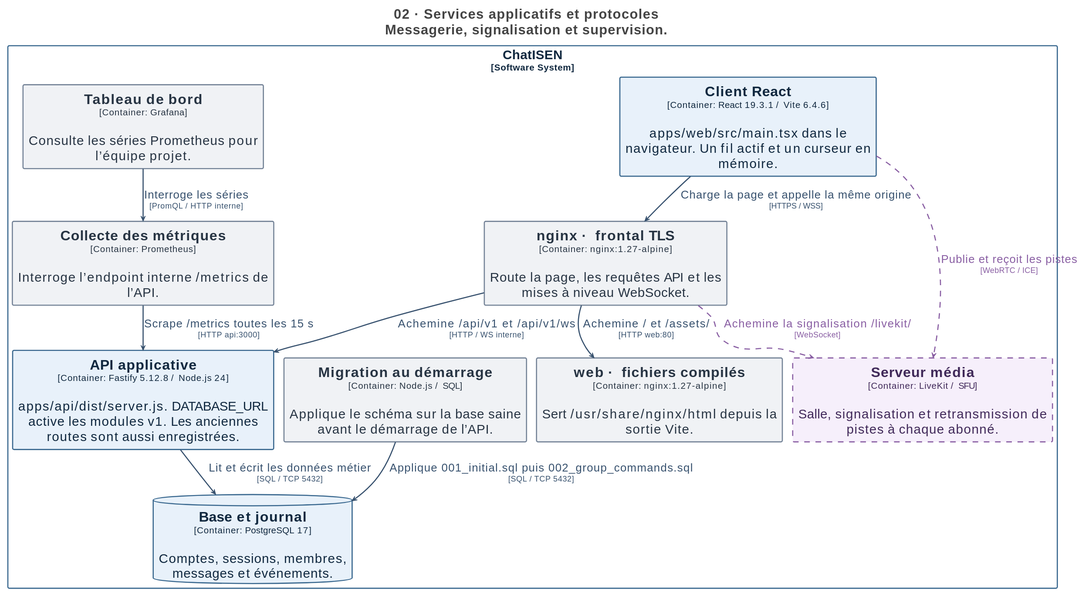
Above: docs/architecture/svg/02-conteneurs.svg in Zayonx-0/ChatISEN (PlantUML), before the change.
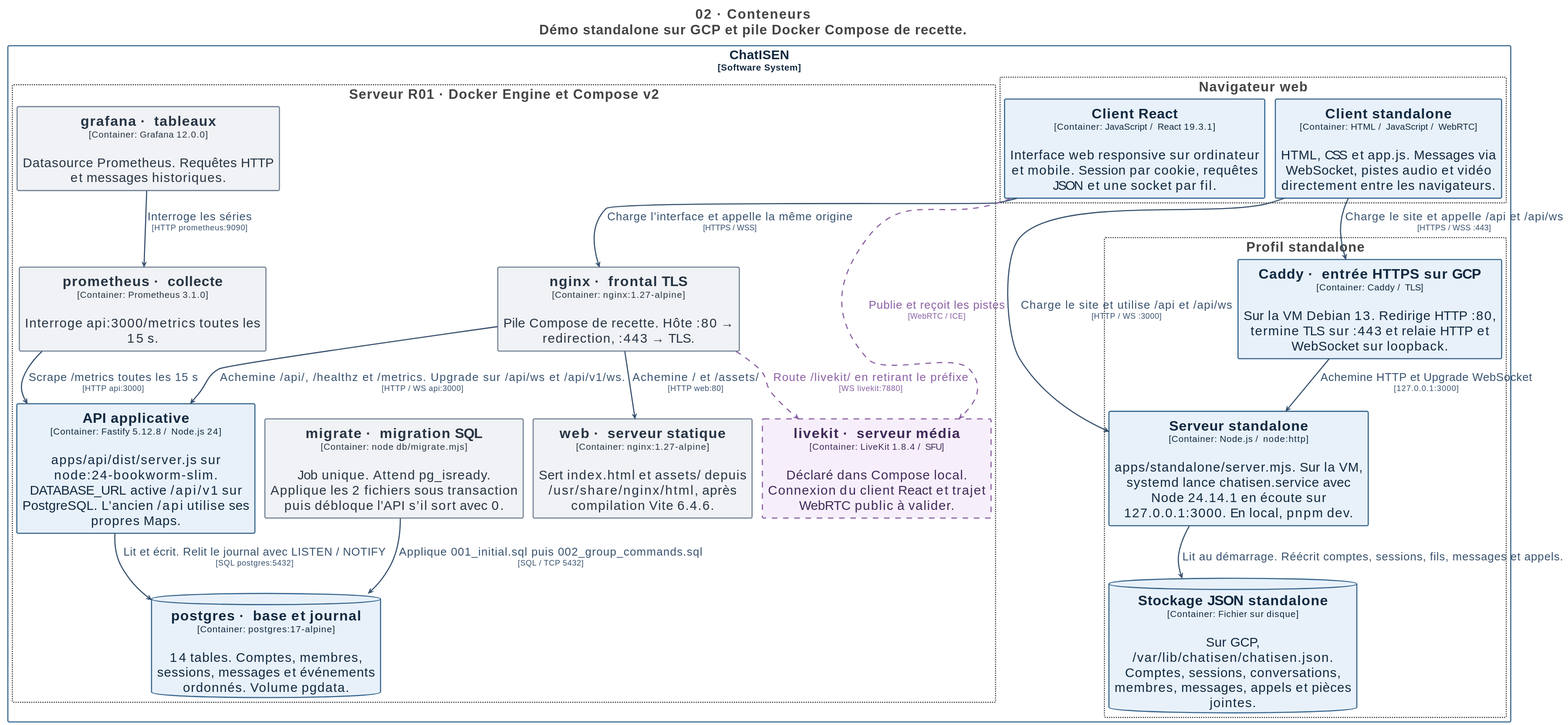
After the commit.

Change to the diagram source:
```diff
@@ -1,7 +1,7 @@
 @startuml
 !pragma layout smetana
 skinparam backgroundColor white
-title <size:24>02 · Services applicatifs et protocoles</size>\n<size:24>Messagerie, signalisation et supervision.</size>
+title <size:24>02 · Conteneurs</size>\n<size:24>Démo standalone sur GCP et pile Docker Compose de recette.</size>
 
 set separator none
 top to bottom direction
@@ -89,27 +89,77 @@
     HorizontalAlignment: center;
     Shadowing: 0;
   }
+  // Navigateur web
+  .Group-TmF2aWdhdGV1ciB3ZWI= {
+    BackgroundColor: #ffffff;
+    LineColor: #444444;
+    LineStyle: 2-2;
+    LineThickness: 2;
+    FontColor: #444444;
+    FontSize: 24;
+    HorizontalAlignment: center;
+    Shadowing: 0;
+  }
+  // Profil standalone
+  .Group-UHJvZmlsIHN0YW5kYWxvbmU= {
+    BackgroundColor: #ffffff;
+    LineColor: #444444;
+    LineStyle: 2-2;
+    LineThickness: 2;
+    FontColor: #444444;
+    FontSize: 24;
+    HorizontalAlignment: center;
+    Shadowing: 0;
+  }
+  // Serveur R01 · Docker Engine et Compose v2
+  .Group-U2VydmV1ciBSMDEgwrcgRG9ja2VyIEVuZ2luZSBldCBDb21wb3NlIHYy {
+    BackgroundColor: #ffffff;
+    LineColor: #444444;
+    LineStyle: 2-2;
+    LineThickness: 2;
+    FontColor: #444444;
+    FontSize: 24;
+    HorizontalAlignment: center;
+    Shadowing: 0;
+  }
 </style>
 
 rectangle "ChatISEN\n<size:16>[Software System]</size>" <<Boundary-Q2hhdElTRU4=>> {
-  rectangle "==Client React\n<size:16>[Container: React 19.3.1 / Vite 6.4.6]</size>\n\napps/web/src/main.tsx dans le navigateur. Un fil actif et un curseur en mémoire." <<Element-RWxlbWVudA==>> as ChatISEN.ClientReact
-  rectangle "==API applicative\n<size:16>[Container: Fastify 5.12.8 / Node.js 24]</size>\n\napps/api/dist/server.js. DATABASE_URL active les modules v1. Les anciennes routes sont aussi enregistrées." <<Element-RWxlbWVudA==>> as ChatISEN.APIapplicative
-  database "==Base et journal\n<size:16>[Container: PostgreSQL 17]</size>\n\nComptes, sessions, membres, messages et événements." <<Element-RWxlbWVudCxEYXRhYmFzZQ==>> as ChatISEN.Baseetjournal
-  rectangle "==Migration au démarrage\n<size:16>[Container: Node.js / SQL]</size>\n\nApplique le schéma sur la base saine avant le démarrage de l’API." <<Element-RWxlbWVudCxDb25maWd1cmF0aW9u>> as ChatISEN.Migrationaudémarrage
-  rectangle "==Serveur média\n<size:16>[Container: LiveKit / SFU]</size>\n\nSalle, signalisation et retransmission de pistes à chaque abonné." <<Element-RWxlbWVudCxDaWJsZQ==>> as ChatISEN.Serveurmédia
-  rectangle "==Collecte des métriques\n<size:16>[Container: Prometheus]</size>\n\nInterroge l’endpoint interne /metrics de l’API." <<Element-RWxlbWVudCxDb25maWd1cmF0aW9u>> as ChatISEN.Collectedesmétriques
-  rectangle "==Tableau de bord\n<size:16>[Container: Grafana]</size>\n\nConsulte les séries Prometheus pour l’équipe projet." <<Element-RWxlbWVudCxDb25maWd1cmF0aW9u>> as ChatISEN.Tableaudebord
-  rectangle "==nginx · frontal TLS\n<size:16>[Container: nginx:1.27-alpine]</size>\n\nRoute la page, les requêtes API et les mises à niveau WebSocket." <<Element-RWxlbWVudCxDb25maWd1cmF0aW9u>> as ChatISEN.nginxfrontalTLS
-  rectangle "==web · fichiers compilés\n<size:16>[Container: nginx:1.27-alpine]</size>\n\nSert /usr/share/nginx/html depuis la sortie Vite." <<Element-RWxlbWVudCxDb25maWd1cmF0aW9u>> as ChatISEN.webfichierscompilés
+  rectangle "Navigateur web" <<Group-TmF2aWdhdGV1ciB3ZWI=>> as groupTmF2aWdhdGV1ciB3ZWI= {
+    rectangle "==Client standalone\n<size:16>[Container: HTML / JavaScript / WebRTC]</size>\n\nHTML, CSS et app.js. Messages via WebSocket, pistes audio et vidéo directement entre les navigateurs." <<Element-RWxlbWVudA==>> as ChatISEN.Clientstandalone
+    rectangle "==Client React\n<size:16>[Container: JavaScript / React 19.3.1]</size>\n\nInterface web responsive sur ordinateur et mobile. Session par cookie, requêtes JSON et une socket par fil." <<Element-RWxlbWVudA==>> as ChatISEN.ClientReact
+  }
+
+  rectangle "Profil standalone" <<Group-UHJvZmlsIHN0YW5kYWxvbmU=>> as groupUHJvZmlsIHN0YW5kYWxvbmU= {
+    rectangle "==Caddy · entrée HTTPS sur GCP\n<size:16>[Container: Caddy / TLS]</size>\n\nSur la VM Debian 13. Redirige HTTP :80, termine TLS sur :443 et relaie HTTP et WebSocket sur loopback." <<Element-RWxlbWVudA==>> as ChatISEN.CaddyentréeHTTPSsurGCP
+    rectangle "==Serveur standalone\n<size:16>[Container: Node.js / node:http]</size>\n\napps/standalone/server.mjs. Sur la VM, systemd lance chatisen.service avec Node 24.14.1 en écoute sur 127.0.0.1:3000. En local, pnpm dev." <<Element-RWxlbWVudA==>> as ChatISEN.Serveurstandalone
+    database "==Stockage JSON standalone\n<size:16>[Container: Fichier sur disque]</size>\n\nSur GCP, /var/lib/chatisen/chatisen.json. Comptes, sessions, conversations, membres, messages, appels et pièces jointes." <<Element-RWxlbWVudCxEYXRhYmFzZQ==>> as ChatISEN.StockageJSONstandalone
+  }
+
+  rectangle "Serveur R01 · Docker Engine et Compose v2" <<Group-U2VydmV1ciBSMDEgwrcgRG9ja2VyIEVuZ2luZSBldCBDb21wb3NlIHYy>> as groupU2VydmV1ciBSMDEgwrcgRG9ja2VyIEVuZ2luZSBldCBDb21wb3NlIHYy {
+    rectangle "==nginx · frontal TLS\n<size:16>[Container: nginx:1.27-alpine]</size>\n\nPile Compose de recette. Hôte :80 → redirection, :443 → TLS." <<Element-RWxlbWVudCxDb25maWd1cmF0aW9u>> as ChatISEN.nginxfrontalTLS
+    rectangle "==web · serveur statique\n<size:16>[Container: nginx:1.27-alpine]</size>\n\nSert index.html et assets/ depuis /usr/share/nginx/html, après compilation Vite 6.4.6." <<Element-RWxlbWVudCxDb25maWd1cmF0aW9u>> as ChatISEN.webserveurstatique
+    rectangle "==API applicative\n<size:16>[Container: Fastify 5.12.8 / Node.js 24]</size>\n\napps/api/dist/server.js sur node:24-bookworm-slim. DATABASE_URL active /api/v1 sur PostgreSQL. L’ancien /api utilise ses propres Maps." <<Element-RWxlbWVudA==>> as ChatISEN.APIapplicative
+    database "==postgres · base et journal\n<size:16>[Container: postgres:17-alpine]</size>\n\n14 tables. Comptes, membres, sessions, messages et événements ordonnés. Volume pgdata." <<Element-RWxlbWVudCxEYXRhYmFzZQ==>> as ChatISEN.postgresbaseetjournal
+    rectangle "==migrate · migration SQL\n<size:16>[Container: node db/migrate.mjs]</size>\n\nJob unique. Attend pg_isready. Applique les 2 fichiers sous transaction puis débloque l’API s’il sort avec 0." <<Element-RWxlbWVudCxDb25maWd1cmF0aW9u>> as ChatISEN.migratemigrationSQL
+    rectangle "==livekit · serveur média\n<size:16>[Container: LiveKit 1.8.4 / SFU]</size>\n\nDéclaré dans Compose local. Connexion du client React et trajet WebRTC public à valider." <<Element-RWxlbWVudCxDaWJsZQ==>> as ChatISEN.livekitserveurmédia
+    rectangle "==prometheus · collecte\n<size:16>[Container: Prometheus 3.1.0]</size>\n\nInterroge api:3000/metrics toutes les 15 s." <<Element-RWxlbWVudCxDb25maWd1cmF0aW9u>> as ChatISEN.prometheuscollecte
+    rectangle "==grafana · tableaux\n<size:16>[Container: Grafana 12.0.0]</size>\n\nDatasource Prometheus. Requêtes HTTP et messages historiques." <<Element-RWxlbWVudCxDb25maWd1cmF0aW9u>> as ChatISEN.grafanatableaux
+  }
+
 }
 
-ChatISEN.ClientReact --> ChatISEN.nginxfrontalTLS <<Relationship-UmVsYXRpb25zaGlw>> : "Charge la page et appelle la même origine\n<size:14>[HTTPS / WSS]</size>"
-ChatISEN.nginxfrontalTLS --> ChatISEN.webfichierscompilés <<Relationship-UmVsYXRpb25zaGlw>> : "Achemine / et /assets/\n<size:14>[HTTP web:80]</size>"
-ChatISEN.nginxfrontalTLS --> ChatISEN.APIapplicative <<Relationship-UmVsYXRpb25zaGlw>> : "Achemine /api/v1 et /api/v1/ws\n<size:14>[HTTP / WS interne]</size>"
-ChatISEN.nginxfrontalTLS --> ChatISEN.Serveurmédia <<Relationship-UmVsYXRpb25zaGlwLENpYmxl>> : "Achemine la signalisation /livekit/\n<size:14>[WebSocket]</size>"
-ChatISEN.ClientReact --> ChatISEN.Serveurmédia <<Relationship-UmVsYXRpb25zaGlwLENpYmxl>> : "Publie et reçoit les pistes\n<size:14>[WebRTC / ICE]</size>"
-ChatISEN.APIapplicative --> ChatISEN.Baseetjournal <<Relationship-UmVsYXRpb25zaGlw>> : "Lit et écrit les données métier\n<size:14>[SQL / TCP 5432]</size>"
-ChatISEN.Migrationaudémarrage --> ChatISEN.Baseetjournal <<Relationship-UmVsYXRpb25zaGlw>> : "Applique 001_initial.sql puis 002_group_commands.sql\n<size:14>[SQL / TCP 5432]</size>"
-ChatISEN.Collectedesmétriques --> ChatISEN.APIapplicative <<Relationship-UmVsYXRpb25zaGlw>> : "Scrape /metrics toutes les 15 s\n<size:14>[HTTP api:3000]</size>"
-ChatISEN.Tableaudebord --> ChatISEN.Collectedesmétriques <<Relationship-UmVsYXRpb25zaGlw>> : "Interroge les séries\n<size:14>[PromQL / HTTP interne]</size>"
+ChatISEN.Clientstandalone --> ChatISEN.CaddyentréeHTTPSsurGCP <<Relationship-UmVsYXRpb25zaGlw>> : "Charge le site et appelle /api et /api/ws\n<size:14>[HTTPS / WSS :443]</size>"
+ChatISEN.CaddyentréeHTTPSsurGCP --> ChatISEN.Serveurstandalone <<Relationship-UmVsYXRpb25zaGlw>> : "Achemine HTTP et Upgrade WebSocket\n<size:14>[127.0.0.1:3000]</size>"
+ChatISEN.Clientstandalone --> ChatISEN.Serveurstandalone <<Relationship-UmVsYXRpb25zaGlw>> : "Charge le site et utilise /api et /api/ws\n<size:14>[HTTP / WS :3000]</size>"
+ChatISEN.Serveurstandalone --> ChatISEN.StockageJSONstandalone <<Relationship-UmVsYXRpb25zaGlw>> : "Lit au démarrage. Réécrit comptes, sessions, fils, messages et appels."
+ChatISEN.ClientReact --> ChatISEN.nginxfrontalTLS <<Relationship-UmVsYXRpb25zaGlw>> : "Charge l’interface et appelle la même origine\n<size:14>[HTTPS / WSS]</size>"
+ChatISEN.nginxfrontalTLS --> ChatISEN.webserveurstatique <<Relationship-UmVsYXRpb25zaGlw>> : "Achemine / et /assets/\n<size:14>[HTTP web:80]</size>"
+ChatISEN.nginxfrontalTLS --> ChatISEN.APIapplicative <<Relationship-UmVsYXRpb25zaGlw>> : "Achemine /api/, /healthz et /metrics. Upgrade sur /api/ws et /api/v1/ws.\n<size:14>[HTTP / WS api:3000]</size>"
+ChatISEN.nginxfrontalTLS --> ChatISEN.livekitserveurmédia <<Relationship-UmVsYXRpb25zaGlwLENpYmxl>> : "Route /livekit/ en retirant le préfixe\n<size:14>[WS livekit:7880]</size>"
+ChatISEN.ClientReact --> ChatISEN.livekitserveurmédia <<Relationship-UmVsYXRpb25zaGlwLENpYmxl>> : "Publie et reçoit les pistes\n<size:14>[WebRTC / ICE]</size>"
+ChatISEN.APIapplicative --> ChatISEN.postgresbaseetjournal <<Relationship-UmVsYXRpb25zaGlw>> : "Lit et écrit. Relit le journal avec LISTEN / NOTIFY\n<size:14>[SQL postgres:5432]</size>"
+ChatISEN.migratemigrationSQL --> ChatISEN.postgresbaseetjournal <<Relationship-UmVsYXRpb25zaGlw>> : "Applique 001_initial.sql puis 002_group_commands.sql\n<size:14>[SQL / TCP 5432]</size>"
+ChatISEN.prometheuscollecte --> ChatISEN.APIapplicative <<Relationship-UmVsYXRpb25zaGlw>> : "Scrape /metrics toutes les 15 s\n<size:14>[HTTP api:3000]</size>"
+ChatISEN.grafanatableaux --> ChatISEN.prometheuscollecte <<Relationship-UmVsYXRpb25zaGlw>> : "Interroge les séries\n<size:14>[HTTP prometheus:9090]</size>"
 @enduml
```
